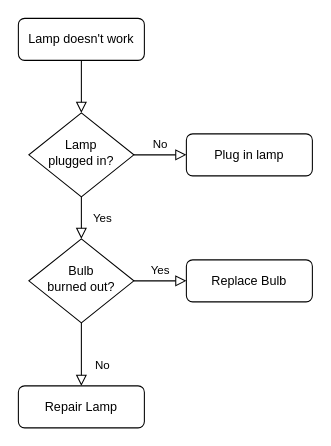
hollyredfield/dam1 keeps this draw.io diagram as Diagrama sin título.drawio. Above is the earlier version. Source tidied: cells renumbered, new cells numbered last; positions are measured from the earlier drawing's top-left corner, leaving out a move shared by most shapes. Both pictures are drawn from the tidied source at 105%, with x=0, y=0 at pixel (18, 18).
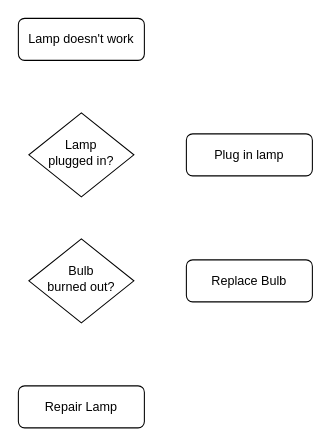
After the change.

Commit message (it also covers changes not shown here):
diseno_entidad_relacion

The edit, as a diff of the source:
```diff
@@
 <mxGraphModel>
   <root>
     <mxCell id="0" />
     <mxCell id="1" parent="0" />
-    <mxCell id="2" style="rounded=0;html=1;jettySize=auto;fontSize=11;endArrow=block;endFill=0;endSize=8;strokeWidth=1;shadow=0;labelBackgroundColor=none;edgeStyle=orthogonalEdgeStyle;" parent="1" edge="1" source="3" target="6">
-      <mxGeometry relative="1" as="geometry" />
-    </mxCell>
     <mxCell id="3" value="Lamp doesn't work" style="rounded=1;whiteSpace=wrap;html=1;fontSize=12;glass=0;strokeWidth=1;shadow=0;" parent="1" vertex="1">
       <mxGeometry width="120" height="40" as="geometry" />
     </mxCell>
-    <mxCell id="4" value="Yes" style="rounded=0;html=1;jettySize=auto;fontSize=11;endArrow=block;endFill=0;endSize=8;strokeWidth=1;shadow=0;labelBackgroundColor=none;edgeStyle=orthogonalEdgeStyle;" parent="1" edge="1" source="6" target="10">
-      <mxGeometry y="20" relative="1" as="geometry" />
-    </mxCell>
-    <mxCell id="5" value="No" style="edgeStyle=orthogonalEdgeStyle;rounded=0;html=1;jettySize=auto;fontSize=11;endArrow=block;endFill=0;endSize=8;strokeWidth=1;shadow=0;labelBackgroundColor=none;" parent="1" edge="1" source="6" target="7">
-      <mxGeometry y="10" relative="1" as="geometry" />
-    </mxCell>
     <mxCell id="6" value="Lamp&lt;br&gt;plugged in?" style="rhombus;whiteSpace=wrap;html=1;shadow=0;fontFamily=Helvetica;fontSize=12;align=center;strokeWidth=1;spacing=6;spacingTop=-4;" parent="1" vertex="1">
       <mxGeometry x="10" y="90" width="100" height="80" as="geometry" />
     </mxCell>
     <mxCell id="7" value="Plug in lamp" style="rounded=1;whiteSpace=wrap;html=1;fontSize=12;glass=0;strokeWidth=1;shadow=0;" parent="1" vertex="1">
       <mxGeometry x="160" y="110" width="120" height="40" as="geometry" />
     </mxCell>
-    <mxCell id="8" value="No" style="rounded=0;html=1;jettySize=auto;fontSize=11;endArrow=block;endFill=0;endSize=8;strokeWidth=1;shadow=0;labelBackgroundColor=none;edgeStyle=orthogonalEdgeStyle;" parent="1" edge="1" source="10" target="11">
-      <mxGeometry x="0.33" y="20" relative="1" as="geometry" />
-    </mxCell>
-    <mxCell id="9" value="Yes" style="edgeStyle=orthogonalEdgeStyle;rounded=0;html=1;jettySize=auto;fontSize=11;endArrow=block;endFill=0;endSize=8;strokeWidth=1;shadow=0;labelBackgroundColor=none;" parent="1" edge="1" source="10" target="12">
-      <mxGeometry y="10" relative="1" as="geometry" />
-    </mxCell>
     <mxCell id="10" value="Bulb&lt;br&gt;burned out?" style="rhombus;whiteSpace=wrap;html=1;shadow=0;fontFamily=Helvetica;fontSize=12;align=center;strokeWidth=1;spacing=6;spacingTop=-4;" parent="1" vertex="1">
       <mxGeometry x="10" y="210" width="100" height="80" as="geometry" />
     </mxCell>
     <mxCell id="11" value="Repair Lamp" style="rounded=1;whiteSpace=wrap;html=1;fontSize=12;glass=0;strokeWidth=1;shadow=0;" parent="1" vertex="1">
       <mxGeometry y="350" width="120" height="40" as="geometry" />
     </mxCell>
     <mxCell id="12" value="Replace Bulb" style="rounded=1;whiteSpace=wrap;html=1;fontSize=12;glass=0;strokeWidth=1;shadow=0;" parent="1" vertex="1">
       <mxGeometry x="160" y="230" width="120" height="40" as="geometry" />
     </mxCell>
   </root>
 </mxGraphModel>
```
